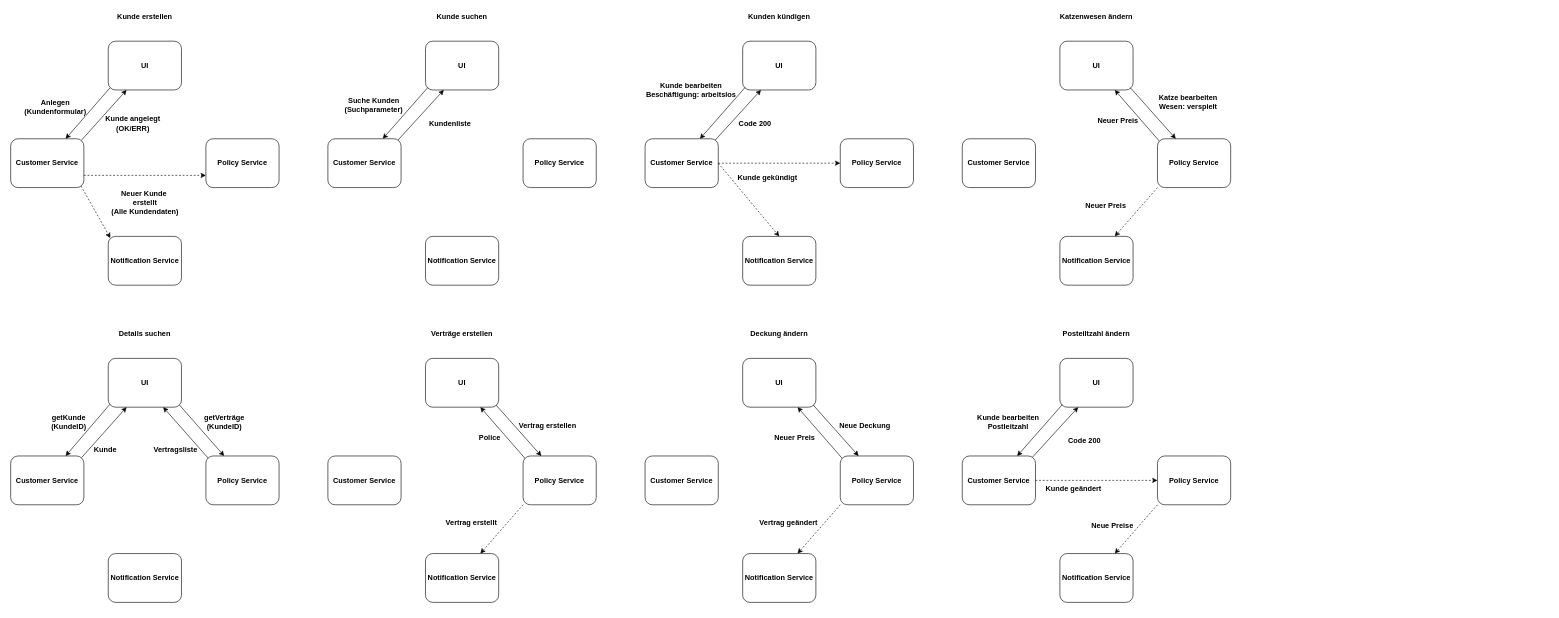
The draw.io diagram EDA/EDA_Ablauf.drawio in danieland2606/Bachelorprojekt, before the edit. Source tidied: cells renumbered, new cells numbered last; positions are measured from the earlier drawing's top-left corner, leaving out a move shared by most shapes. Both pictures are drawn from the tidied source at 61%, with x=0, y=0 at pixel (10, 10).
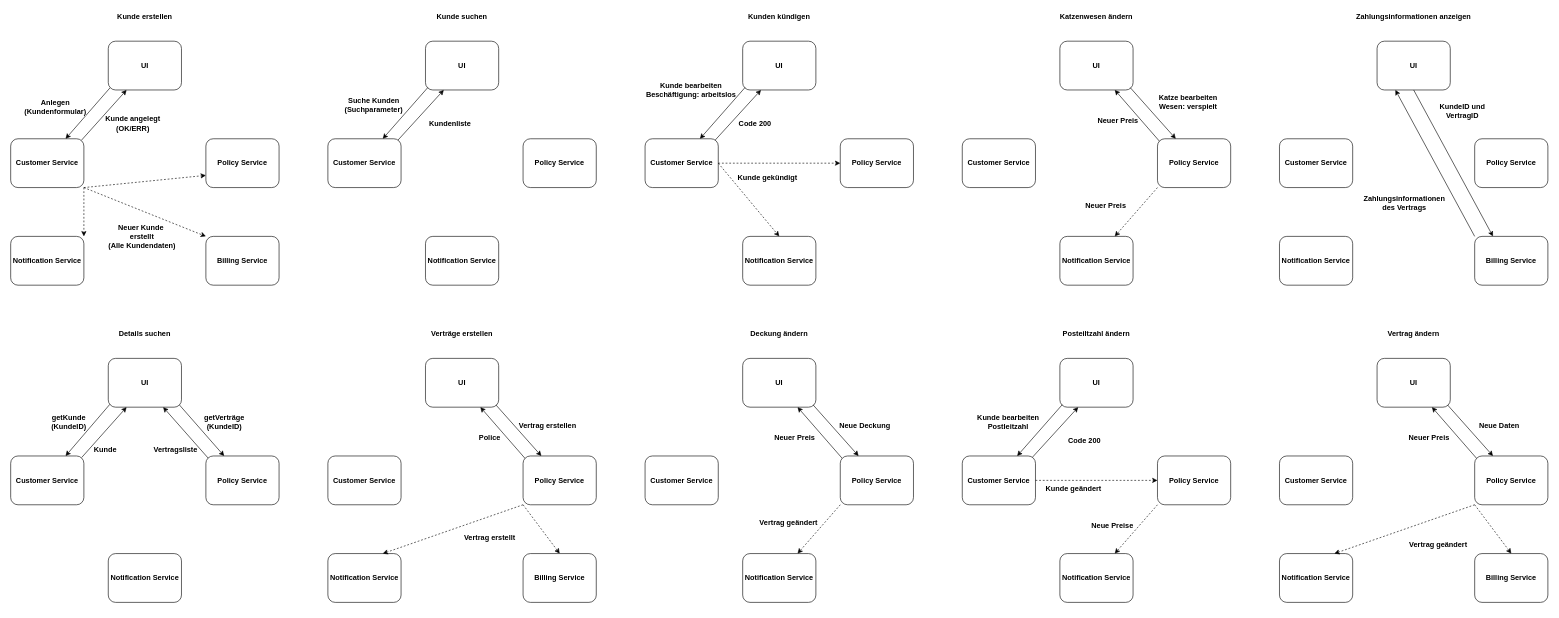
Above is the later version.

Commit message (it also covers changes not shown here):
Datenbank persistent. Ablaufdiagramme aktualisiert.

Unchanged cells that the change refers to:
```xml
<mxCell id="2" style="group;fontStyle=1;fontSize=12;" parent="1" vertex="1">
  <mxGeometry width="440" height="450" as="geometry" />
</mxCell>
<mxCell id="7" value="Customer Service" style="rounded=1;whiteSpace=wrap;html=1;fontStyle=1;fontSize=12;" parent="2" vertex="1">
  <mxGeometry y="210" width="120" height="80" as="geometry" />
</mxCell>
<mxCell id="10" value="Policy Service" style="rounded=1;whiteSpace=wrap;html=1;fontStyle=1;fontSize=12;" parent="2" vertex="1">
  <mxGeometry x="320" y="210" width="120" height="80" as="geometry" />
</mxCell>
<mxCell id="55" style="group;fontStyle=1;fontSize=12;" parent="1" vertex="1">
  <mxGeometry x="520" y="520" width="440" height="450" as="geometry" />
</mxCell>
<mxCell id="61" value="Policy Service" style="rounded=1;whiteSpace=wrap;html=1;fontStyle=1;fontSize=12;" parent="55" vertex="1">
  <mxGeometry x="320" y="210" width="120" height="80" as="geometry" />
</mxCell>
```

Diff of the diagram source:
```diff
@@
     <mxCell id="4" value="Notification Service" style="rounded=1;whiteSpace=wrap;html=1;fontStyle=1;fontSize=12;" parent="2" vertex="1">
-      <mxGeometry x="160" y="370" width="120" height="80" as="geometry" />
+      <mxGeometry y="370" width="120" height="80" as="geometry" />
     </mxCell>
-    <mxCell id="5" style="rounded=0;jettySize=auto;html=1;exitX=0.961;exitY=0.968;exitDx=0;exitDy=0;entryX=0.028;entryY=0.033;entryDx=0;entryDy=0;dashed=1;entryPerimeter=0;exitPerimeter=0;fontStyle=1;fontSize=12;" parent="2" edge="1" source="7" target="4">
+    <mxCell id="5" style="rounded=0;jettySize=auto;html=1;entryX=1;entryY=0;entryDx=0;entryDy=0;dashed=1;fontStyle=1;fontSize=12;exitX=1;exitY=1;exitDx=0;exitDy=0;" parent="2" edge="1" source="7" target="4">
       <mxGeometry relative="1" as="geometry" />
     </mxCell>
@@
-    <mxCell id="11" style="edgeStyle=none;rounded=0;jettySize=auto;html=1;exitX=1;exitY=0.75;exitDx=0;exitDy=0;entryX=0;entryY=0.75;entryDx=0;entryDy=0;dashed=1;fontStyle=1;fontSize=12;" parent="2" edge="1" source="7" target="10">
+    <mxCell id="11" style="edgeStyle=none;rounded=0;jettySize=auto;html=1;exitX=1;exitY=1;exitDx=0;exitDy=0;entryX=0;entryY=0.75;entryDx=0;entryDy=0;dashed=1;fontStyle=1;fontSize=12;" parent="2" edge="1" source="7" target="10">
       <mxGeometry relative="1" as="geometry" />
     </mxCell>
@@
     <mxCell id="15" value="Neuer Kunde&amp;nbsp;&lt;br style=&quot;font-size: 12px;&quot;&gt;erstellt&lt;br style=&quot;font-size: 12px;&quot;&gt;(Alle Kundendaten)" style="text;html=1;align=center;verticalAlign=middle;fontSize=12;fontStyle=1;" parent="2" vertex="1">
-      <mxGeometry x="155" y="285" width="130" height="60" as="geometry" />
+      <mxGeometry x="150" y="340" width="130" height="60" as="geometry" />
     </mxCell>
+    <mxCell id="110" value="Billing Service" style="rounded=1;whiteSpace=wrap;html=1;fontStyle=1;fontSize=12;" parent="2" vertex="1">
+      <mxGeometry x="320" y="370" width="120" height="80" as="geometry" />
+    </mxCell>
+    <mxCell id="111" style="rounded=0;jettySize=auto;html=1;exitX=1;exitY=1;exitDx=0;exitDy=0;entryX=0;entryY=0;entryDx=0;entryDy=0;dashed=1;fontStyle=1;fontSize=12;" parent="2" edge="1" source="7" target="110">
+      <mxGeometry relative="1" as="geometry" />
+    </mxCell>
@@
     <mxCell id="57" value="Notification Service" style="rounded=1;whiteSpace=wrap;html=1;fontStyle=1;fontSize=12;" parent="55" vertex="1">
-      <mxGeometry x="160" y="370" width="120" height="80" as="geometry" />
+      <mxGeometry y="370" width="120" height="80" as="geometry" />
     </mxCell>
@@
     <mxCell id="67" value="Vertrag erstellt" style="text;html=1;align=center;verticalAlign=middle;fontSize=12;fontStyle=1;" parent="55" vertex="1">
-      <mxGeometry x="180" y="305" width="110" height="30" as="geometry" />
+      <mxGeometry x="210" y="330" width="110" height="30" as="geometry" />
     </mxCell>
+    <mxCell id="112" value="Billing Service" style="rounded=1;whiteSpace=wrap;html=1;fontStyle=1;fontSize=12;" parent="55" vertex="1">
+      <mxGeometry x="320" y="370" width="120" height="80" as="geometry" />
+    </mxCell>
+    <mxCell id="113" style="edgeStyle=none;rounded=0;jettySize=auto;html=1;exitX=0;exitY=1;exitDx=0;exitDy=0;entryX=0.5;entryY=0;entryDx=0;entryDy=0;fontSize=12;dashed=1;fontStyle=1;" parent="55" edge="1" source="61" target="112">
+      <mxGeometry relative="1" as="geometry" />
+    </mxCell>
@@
+    <mxCell id="114" style="group;fontStyle=1;fontSize=12;" parent="1" vertex="1">
+      <mxGeometry x="2080" y="520" width="440" height="450" as="geometry" />
+    </mxCell>
+    <mxCell id="115" value="UI" style="rounded=1;whiteSpace=wrap;html=1;fontStyle=1;fontSize=12;" parent="114" vertex="1">
+      <mxGeometry x="160" y="50" width="120" height="80" as="geometry" />
+    </mxCell>
+    <mxCell id="116" value="Notification Service" style="rounded=1;whiteSpace=wrap;html=1;fontStyle=1;fontSize=12;" parent="114" vertex="1">
+      <mxGeometry y="370" width="120" height="80" as="geometry" />
+    </mxCell>
+    <mxCell id="117" value="Customer Service" style="rounded=1;whiteSpace=wrap;html=1;fontStyle=1;fontSize=12;" parent="114" vertex="1">
+      <mxGeometry y="210" width="120" height="80" as="geometry" />
+    </mxCell>
+    <mxCell id="118" style="edgeStyle=none;rounded=0;jettySize=auto;html=1;exitX=0.03;exitY=0.055;exitDx=0;exitDy=0;entryX=0.75;entryY=1;entryDx=0;entryDy=0;fontSize=12;exitPerimeter=0;fontStyle=1;" parent="114" edge="1" source="120" target="115">
+      <mxGeometry relative="1" as="geometry" />
+    </mxCell>
+    <mxCell id="119" style="edgeStyle=none;rounded=0;jettySize=auto;html=1;exitX=0;exitY=1;exitDx=0;exitDy=0;entryX=0.75;entryY=0;entryDx=0;entryDy=0;fontSize=12;dashed=1;fontStyle=1;" parent="114" edge="1" source="120" target="116">
+      <mxGeometry relative="1" as="geometry" />
+    </mxCell>
+    <mxCell id="120" value="Policy Service" style="rounded=1;whiteSpace=wrap;html=1;fontStyle=1;fontSize=12;" parent="114" vertex="1">
+      <mxGeometry x="320" y="210" width="120" height="80" as="geometry" />
+    </mxCell>
+    <mxCell id="121" style="edgeStyle=none;rounded=0;jettySize=auto;html=1;exitX=0.963;exitY=0.955;exitDx=0;exitDy=0;entryX=0.25;entryY=0;entryDx=0;entryDy=0;fontSize=12;exitPerimeter=0;fontStyle=1;" parent="114" edge="1" source="115" target="120">
+      <mxGeometry relative="1" as="geometry" />
+    </mxCell>
+    <mxCell id="122" style="edgeStyle=orthogonalEdgeStyle;rounded=0;orthogonalLoop=1;jettySize=auto;html=1;exitX=0.5;exitY=1;exitDx=0;exitDy=0;fontStyle=1;fontSize=12;" parent="114" edge="1" source="116" target="116">
+      <mxGeometry relative="1" as="geometry" />
+    </mxCell>
+    <mxCell id="123" value="Vertrag ändern" style="text;html=1;strokeColor=none;fillColor=none;align=center;verticalAlign=middle;whiteSpace=wrap;rounded=0;fontStyle=1;fontSize=12;" parent="114" vertex="1">
+      <mxGeometry width="440" height="20" as="geometry" />
+    </mxCell>
+    <mxCell id="124" value="Neue Daten" style="text;html=1;align=center;verticalAlign=middle;fontSize=12;fontStyle=1;" parent="114" vertex="1">
+      <mxGeometry x="315" y="145" width="90" height="30" as="geometry" />
+    </mxCell>
+    <mxCell id="125" value="Neuer Preis" style="text;html=1;align=center;verticalAlign=middle;fontSize=12;fontStyle=1;" parent="114" vertex="1">
+      <mxGeometry x="200" y="165" width="90" height="30" as="geometry" />
+    </mxCell>
+    <mxCell id="126" value="Vertrag geändert" style="text;html=1;align=center;verticalAlign=middle;fontSize=12;fontStyle=1;" parent="114" vertex="1">
+      <mxGeometry x="200" y="340" width="120" height="30" as="geometry" />
+    </mxCell>
+    <mxCell id="127" value="Billing Service" style="rounded=1;whiteSpace=wrap;html=1;fontStyle=1;fontSize=12;" parent="114" vertex="1">
+      <mxGeometry x="320" y="370" width="120" height="80" as="geometry" />
+    </mxCell>
+    <mxCell id="128" style="edgeStyle=none;rounded=0;jettySize=auto;html=1;exitX=0;exitY=1;exitDx=0;exitDy=0;entryX=0.5;entryY=0;entryDx=0;entryDy=0;fontSize=12;dashed=1;fontStyle=1;" parent="114" edge="1" source="120" target="127">
+      <mxGeometry relative="1" as="geometry" />
+    </mxCell>
+    <mxCell id="129" style="group;" parent="1" vertex="1">
+      <mxGeometry x="2080" width="440" height="450" as="geometry" />
+    </mxCell>
+    <mxCell id="130" value="UI" style="rounded=1;whiteSpace=wrap;html=1;fontStyle=1;fontSize=12;" parent="129" vertex="1">
+      <mxGeometry x="160" y="50" width="120" height="80" as="geometry" />
+    </mxCell>
+    <mxCell id="131" value="Notification Service" style="rounded=1;whiteSpace=wrap;html=1;fontStyle=1;fontSize=12;" parent="129" vertex="1">
+      <mxGeometry y="370" width="120" height="80" as="geometry" />
+    </mxCell>
+    <mxCell id="132" value="Customer Service" style="rounded=1;whiteSpace=wrap;html=1;fontStyle=1;fontSize=12;" parent="129" vertex="1">
+      <mxGeometry y="210" width="120" height="80" as="geometry" />
+    </mxCell>
+    <mxCell id="133" style="edgeStyle=none;rounded=0;jettySize=auto;html=1;exitX=0;exitY=0;exitDx=0;exitDy=0;entryX=0.25;entryY=1;entryDx=0;entryDy=0;fontSize=12;fontStyle=1;" parent="129" edge="1" source="138" target="130">
+      <mxGeometry relative="1" as="geometry" />
+    </mxCell>
+    <mxCell id="134" value="Policy Service" style="rounded=1;whiteSpace=wrap;html=1;fontStyle=1;fontSize=12;" parent="129" vertex="1">
+      <mxGeometry x="320" y="210" width="120" height="80" as="geometry" />
+    </mxCell>
+    <mxCell id="135" style="edgeStyle=none;rounded=0;jettySize=auto;html=1;exitX=0.5;exitY=1;exitDx=0;exitDy=0;entryX=0.25;entryY=0;entryDx=0;entryDy=0;fontSize=12;fontStyle=1;" parent="129" edge="1" source="130" target="138">
+      <mxGeometry relative="1" as="geometry" />
+    </mxCell>
+    <mxCell id="136" style="edgeStyle=orthogonalEdgeStyle;rounded=0;orthogonalLoop=1;jettySize=auto;html=1;exitX=0.5;exitY=1;exitDx=0;exitDy=0;fontStyle=1;fontSize=12;" parent="129" edge="1" source="131" target="131">
+      <mxGeometry relative="1" as="geometry" />
+    </mxCell>
+    <mxCell id="137" value="Zahlungsinformationen anzeigen" style="text;html=1;strokeColor=none;fillColor=none;align=center;verticalAlign=middle;whiteSpace=wrap;rounded=0;fontStyle=1;fontSize=12;" parent="129" vertex="1">
+      <mxGeometry width="440" height="20" as="geometry" />
+    </mxCell>
+    <mxCell id="138" value="Billing Service" style="rounded=1;whiteSpace=wrap;html=1;fontStyle=1;fontSize=12;" parent="129" vertex="1">
+      <mxGeometry x="320" y="370" width="120" height="80" as="geometry" />
+    </mxCell>
+    <mxCell id="139" value="KundeID und VertragID" style="text;html=1;strokeColor=none;fillColor=none;align=center;verticalAlign=middle;whiteSpace=wrap;rounded=0;fontStyle=1;" parent="129" vertex="1">
+      <mxGeometry x="240" y="150" width="120" height="30" as="geometry" />
+    </mxCell>
+    <mxCell id="140" value="Zahlungsinformationen des Vertrags" style="text;html=1;strokeColor=none;fillColor=none;align=center;verticalAlign=middle;whiteSpace=wrap;rounded=0;fontStyle=1;" parent="129" vertex="1">
+      <mxGeometry x="150" y="300" width="110" height="30" as="geometry" />
+    </mxCell>
```
